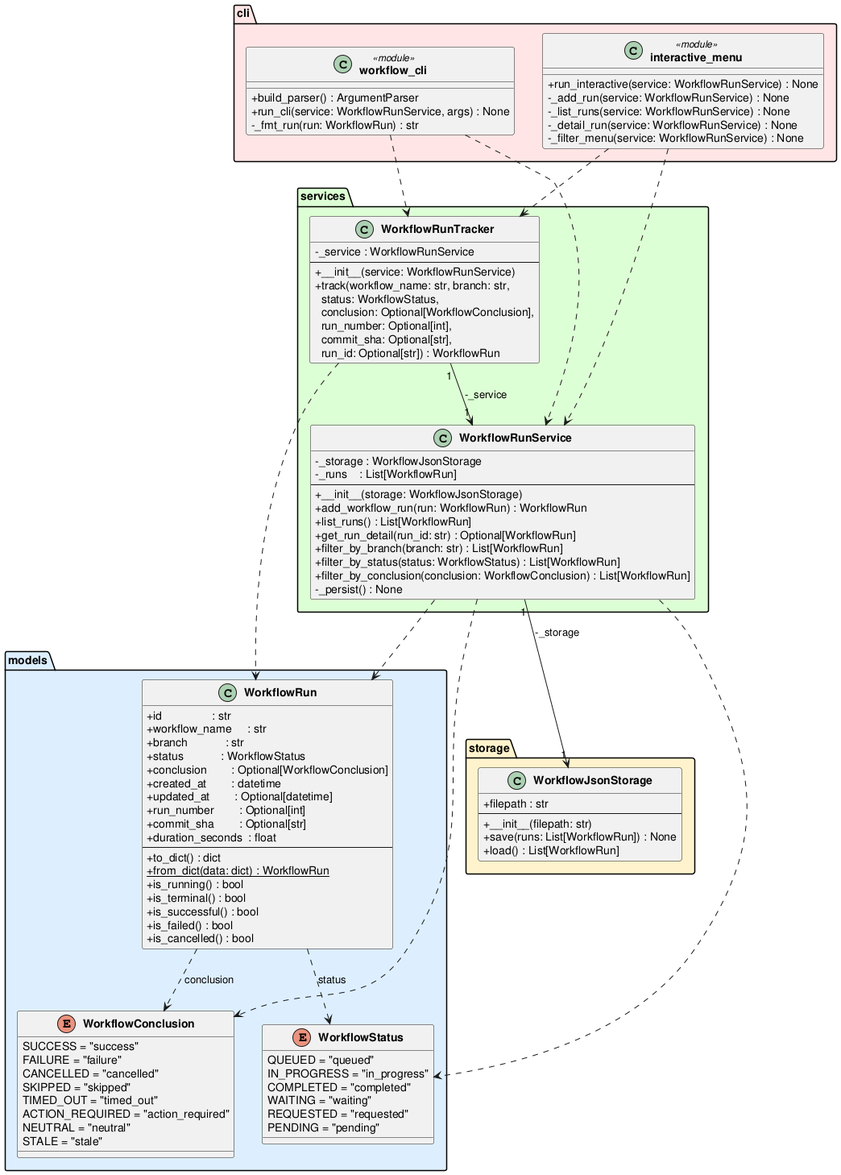
Earlier version of the PlantUML export experiments/supervisor_as_tools/test_driven/github-workflow-manager/artifacts/class_diagram.png (DanielRiha8906/Software_autoevolution_using_agents).
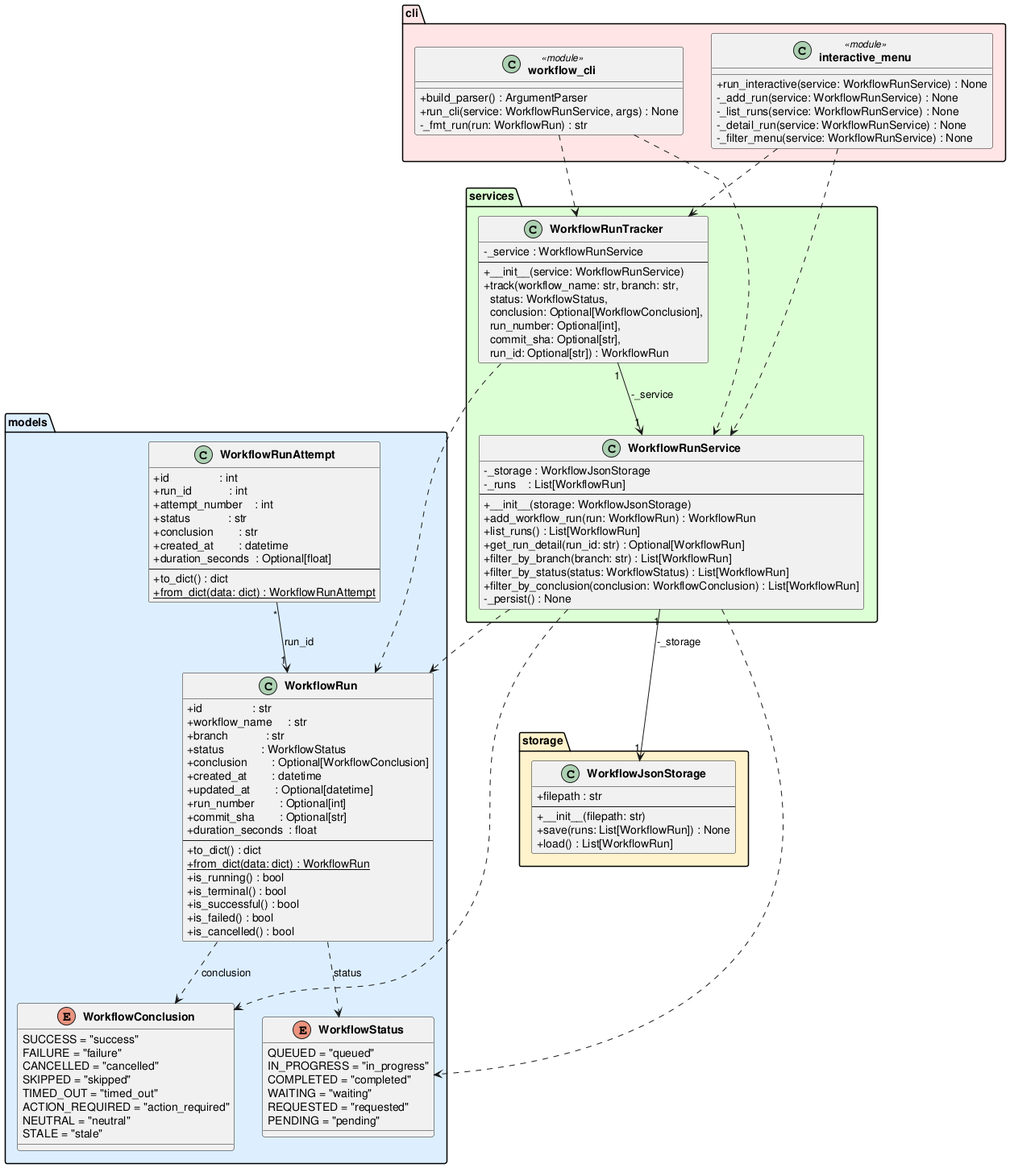
Above is the later version.

The edit, as a diff of the source:
```diff
@@ -43,6 +43,19 @@
         +is_successful() : bool
         +is_failed() : bool
         +is_cancelled() : bool
+    }
+
+    class WorkflowRunAttempt {
+        +id                : int
+        +run_id            : int
+        +attempt_number    : int
+        +status            : str
+        +conclusion        : str
+        +created_at        : datetime
+        +duration_seconds  : Optional[float]
+        --
+        +to_dict() : dict
+        +{static} from_dict(data: dict) : WorkflowRunAttempt
     }
 }
 
@@ -97,6 +110,7 @@
 
 WorkflowRun                ..>  WorkflowStatus        : status
 WorkflowRun                ..>  WorkflowConclusion    : conclusion
+WorkflowRunAttempt    "*" --> "1" WorkflowRun        : run_id
 WorkflowRunService    "1" --> "1" WorkflowJsonStorage : -_storage
 WorkflowRunService         ..>  WorkflowRun
 WorkflowRunService         ..>  WorkflowStatus
```
